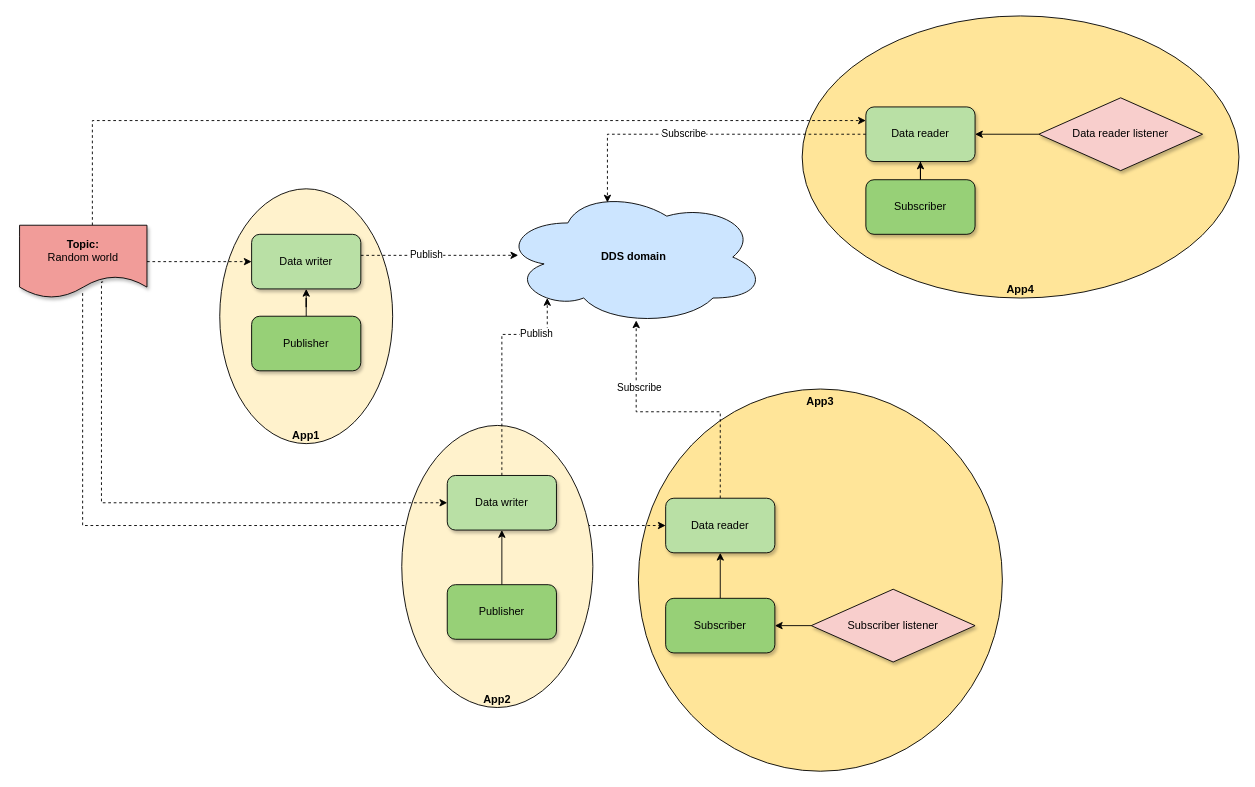
The draw.io diagram application/sw-architecture.drawio in maosltr/IoT-basic-examples, before the edit. Source tidied: cells renumbered, new cells numbered last; positions are measured from the earlier drawing's top-left corner, leaving out a move shared by most shapes. Both pictures are drawn from the tidied source at 91%, with x=0, y=0 at pixel (19, 15).
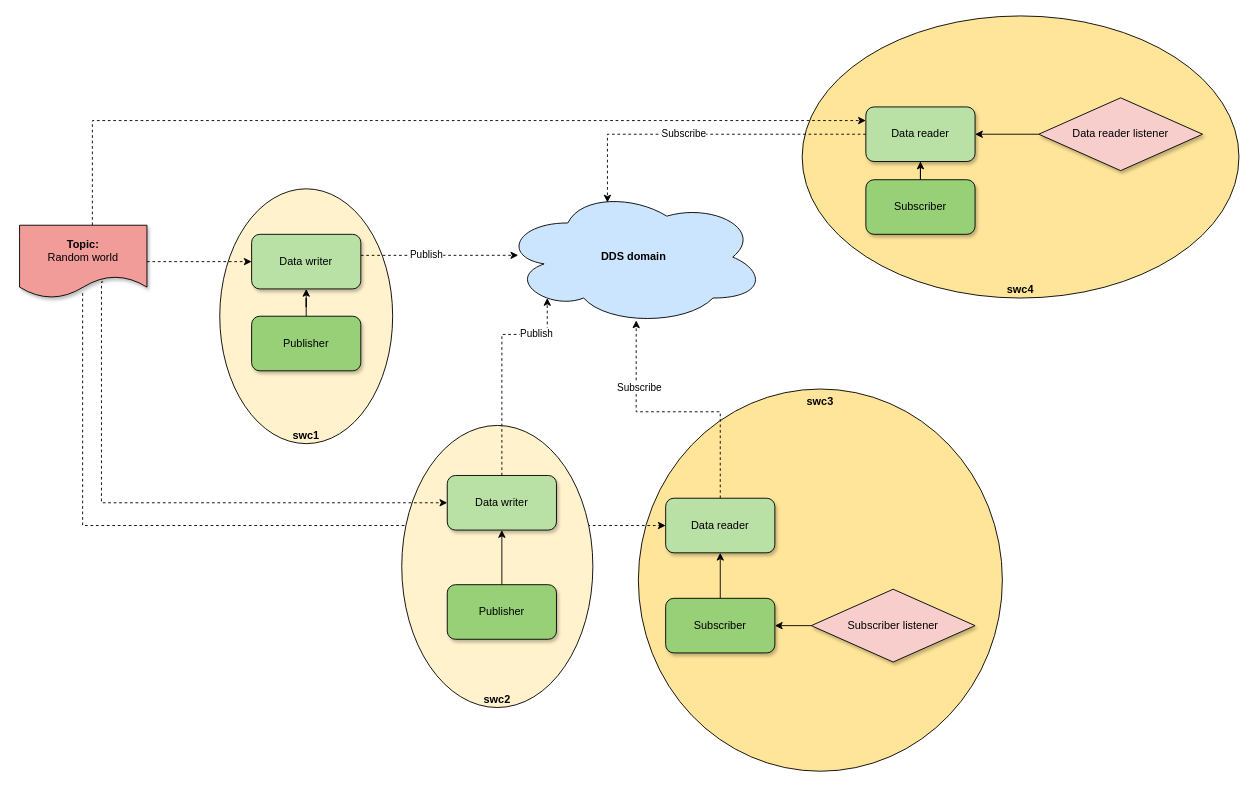
The same diagram, later.

The edit, as a diff of the source:
```diff
@@
-    <mxCell id="2" value="&lt;b&gt;App3&lt;/b&gt;" style="ellipse;whiteSpace=wrap;html=1;verticalAlign=top;fillColor=#FFE599;" parent="1" vertex="1">
+    <mxCell id="2" value="&lt;b&gt;swc3&lt;/b&gt;" style="ellipse;whiteSpace=wrap;html=1;verticalAlign=top;fillColor=#FFE599;" parent="1" vertex="1">
       <mxGeometry x="680" y="410" width="400" height="420" as="geometry" />
     </mxCell>
@@
-    <mxCell id="5" value="&lt;b&gt;App1&lt;/b&gt;" style="ellipse;whiteSpace=wrap;html=1;verticalAlign=bottom;fillColor=#FFF2CC;" parent="1" vertex="1">
+    <mxCell id="5" value="&lt;b&gt;swc1&lt;/b&gt;" style="ellipse;whiteSpace=wrap;html=1;verticalAlign=bottom;fillColor=#FFF2CC;" parent="1" vertex="1">
       <mxGeometry x="220" y="190" width="190" height="280" as="geometry" />
     </mxCell>
-    <mxCell id="6" value="&lt;b&gt;App2&lt;/b&gt;" style="ellipse;whiteSpace=wrap;html=1;verticalAlign=bottom;fillColor=#FFF2CC;" parent="1" vertex="1">
+    <mxCell id="6" value="&lt;b&gt;swc2&lt;/b&gt;" style="ellipse;whiteSpace=wrap;html=1;verticalAlign=bottom;fillColor=#FFF2CC;" parent="1" vertex="1">
       <mxGeometry x="420" y="450" width="210" height="310" as="geometry" />
     </mxCell>
-    <mxCell id="7" value="&lt;b&gt;App4&lt;/b&gt;" style="ellipse;whiteSpace=wrap;html=1;verticalAlign=bottom;fillColor=#FFE599;" parent="1" vertex="1">
+    <mxCell id="7" value="&lt;b&gt;swc4&lt;/b&gt;" style="ellipse;whiteSpace=wrap;html=1;verticalAlign=bottom;fillColor=#FFE599;" parent="1" vertex="1">
       <mxGeometry x="860" width="480" height="310" as="geometry" />
     </mxCell>
```
